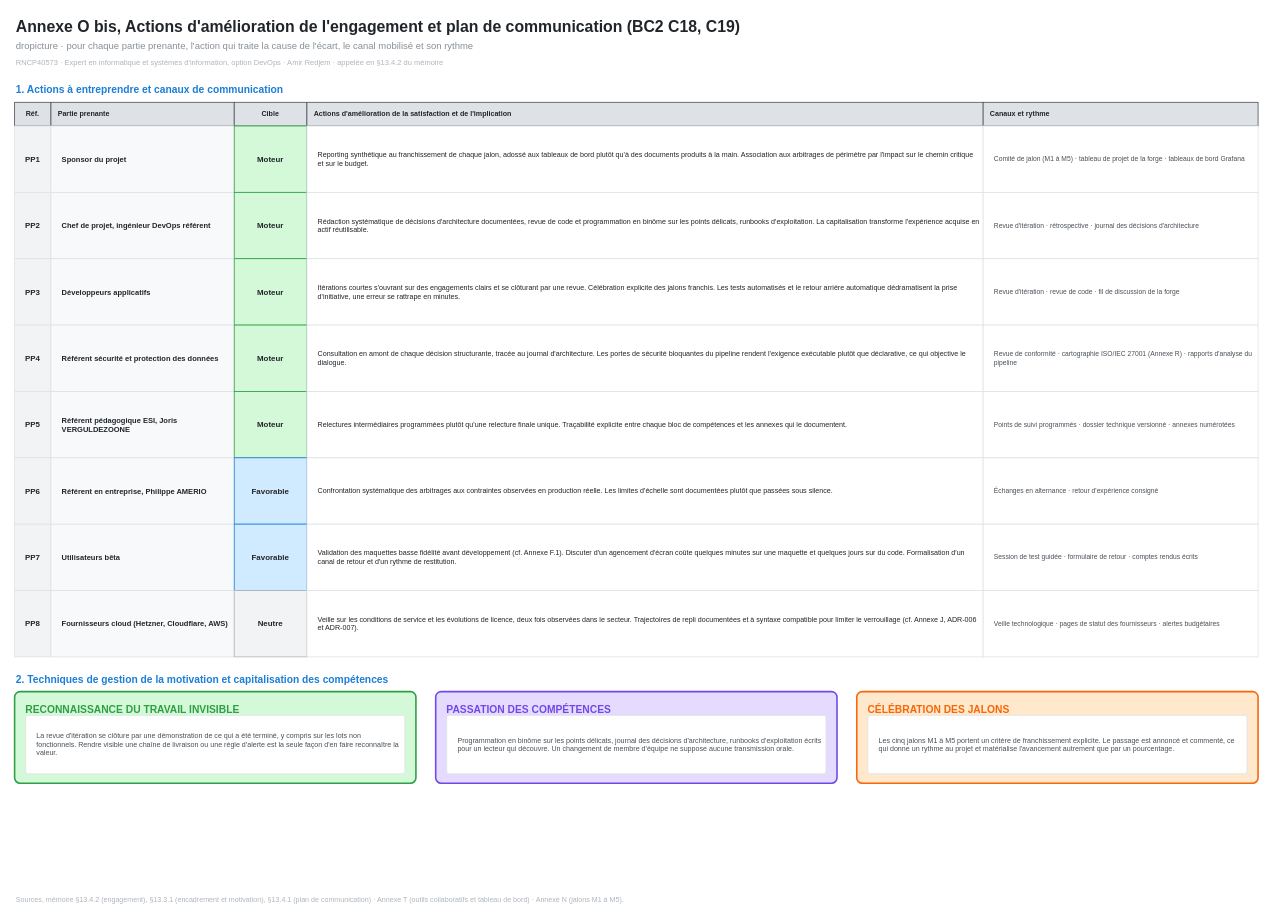
Earlier version of the draw.io diagram docs/drafts/Annexe O bis, Actions d'amélioration de l'engagement et plan de communication.drawio (redjem-amir/dropicture). Source tidied: cells renumbered, new cells numbered last; positions are measured from the earlier drawing's top-left corner, leaving out a move shared by most shapes. Both pictures are drawn from the tidied source at 79%, with x=0, y=0 at pixel (14, 13).
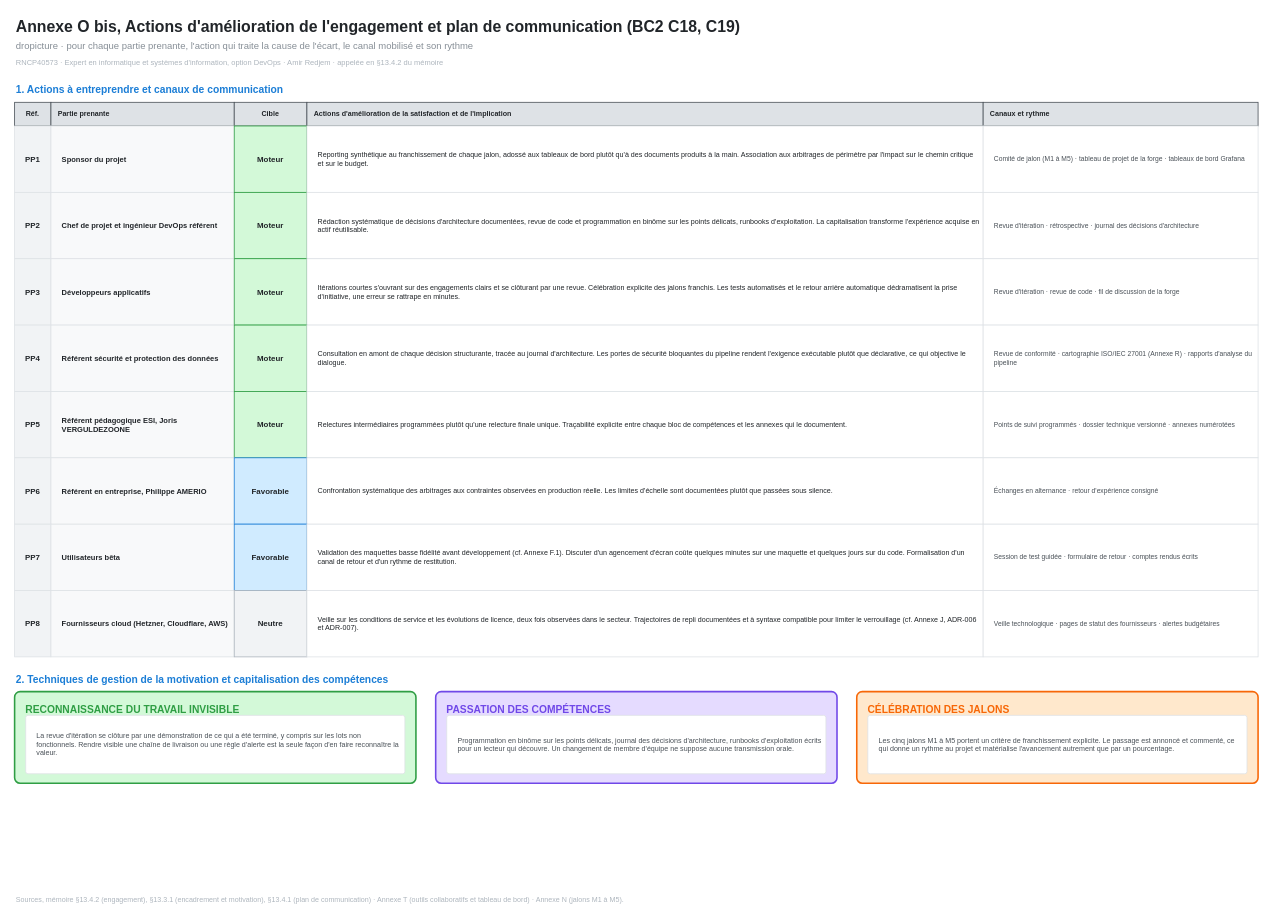
The same page after the edit.

Diff of the diagram source:
```diff
@@
-    <mxCell id="17" value="&lt;b&gt;Chef de projet, ingénieur DevOps référent&lt;/b&gt;" style="rounded=1;whiteSpace=wrap;html=1;arcSize=0;fillColor=#f8f9fa;strokeColor=#dee2e6;strokeWidth=1;fontFamily=Helvetica;fontSize=9.5;fontColor=#212529;align=left;verticalAlign=middle;spacing=6;spacingLeft=8;" parent="1" vertex="1">
+    <mxCell id="17" value="&lt;b&gt;Chef de projet et ingénieur DevOps référent&lt;/b&gt;" style="rounded=1;whiteSpace=wrap;html=1;arcSize=0;fillColor=#f8f9fa;strokeColor=#dee2e6;strokeWidth=1;fontFamily=Helvetica;fontSize=9.5;fontColor=#212529;align=left;verticalAlign=middle;spacing=6;spacingLeft=8;" parent="1" vertex="1">
       <mxGeometry x="46" y="226" width="232" height="84" as="geometry" />
     </mxCell>
```
